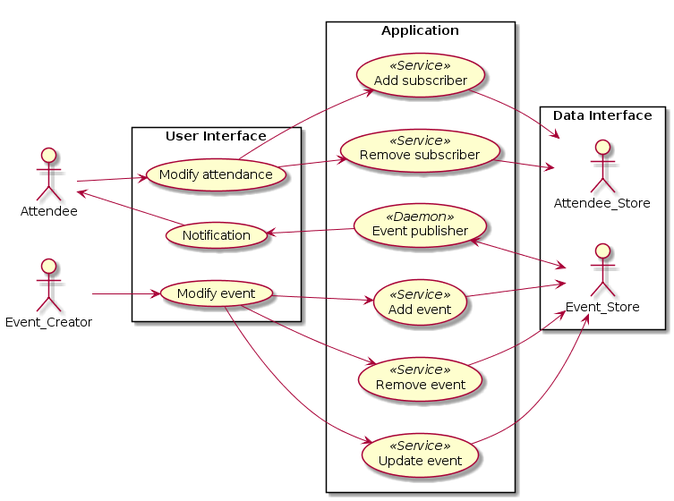
Above: matchmaker/usecase.png in jse13/UML (PlantUML), before the change.
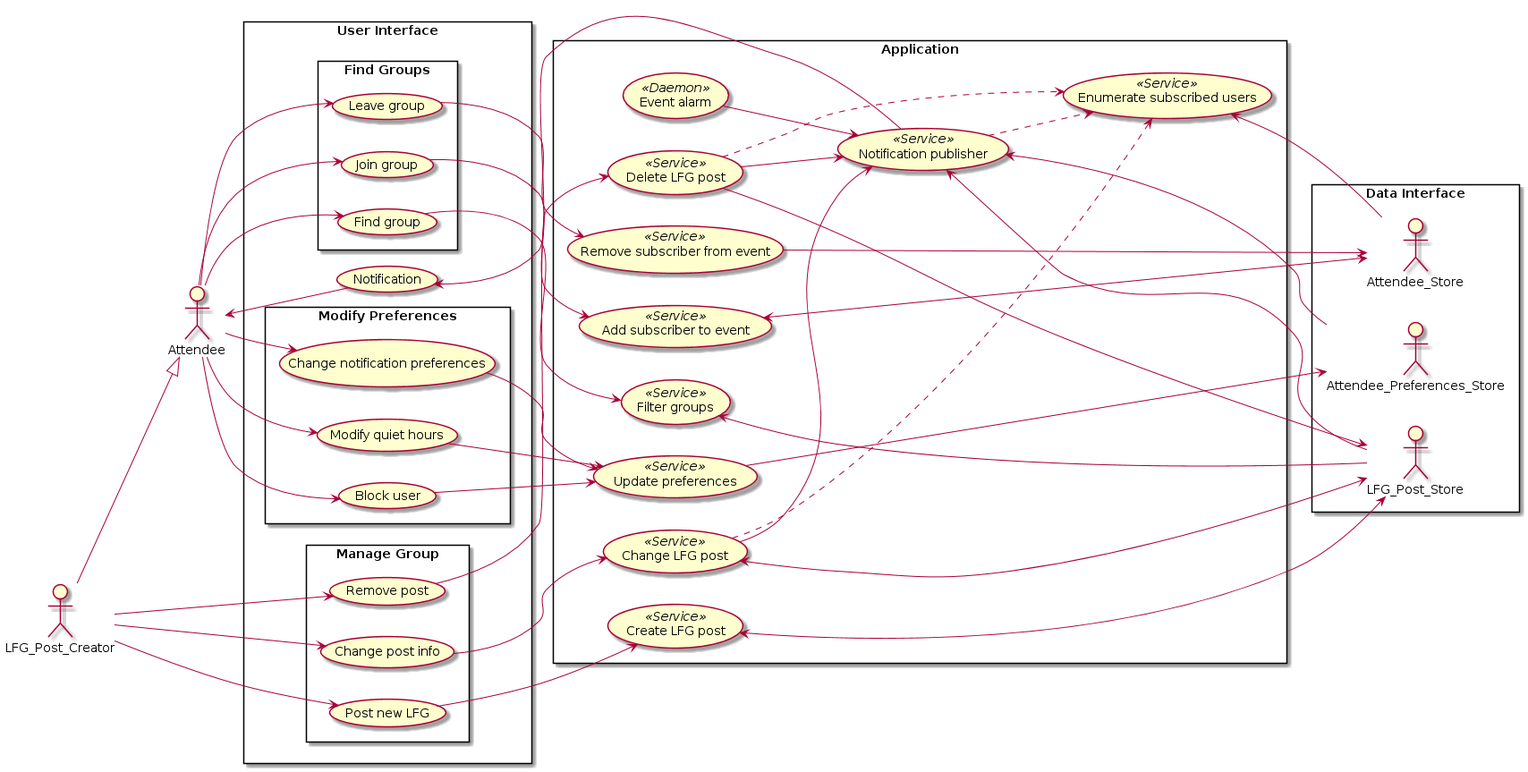
Later version of the same file.

Commit message:
add further refinement

Change to the diagram source:
```diff
@@ -1,41 +1,86 @@
 @startuml
+
 left to right direction
 skinparam packageStyle rectangle
 
 actor Attendee
-actor Event_Creator
+actor LFG_Post_Creator
+LFG_Post_Creator -down-|> Attendee
 
 rectangle "Data Interface" {
-actor Attendee_Store
-actor Event_Store
+	actor Attendee_Store
+	actor Attendee_Preferences_Store
+	actor LFG_Post_Store
 }
 
+
 rectangle "User Interface" {
-	Attendee --> (Modify attendance)
+	rectangle "Find Groups" {
+		Attendee --> (Find group)
+		Attendee --> (Join group)
+		Attendee --> (Leave group)
+	}
+	rectangle "Modify Preferences" {
+		Attendee --> (Modify quiet hours)
+		Attendee --> (Change notification preferences)
+		Attendee --> (Block user)
+	}
+
 	(Notification) --> Attendee
 
-	Event_Creator --> (Modify event)
+	rectangle "Manage Group" {
+		LFG_Post_Creator --> (Post new LFG)
+		LFG_Post_Creator --> (Remove post)
+		LFG_Post_Creator --> (Change post info)
+	}
+}
+rectangle Application {
+	(Filter groups) << Service >>
+	(Find group) --> (Filter groups)
+	(Filter groups) <-- LFG_Post_Store
+
+	(Add subscriber to event) << Service >>
+	(Join group) --> (Add subscriber to event)
+	(Add subscriber to event) <-> Attendee_Store
+
+	(Remove subscriber from event) << Service >>
+	(Leave group) --> (Remove subscriber from event)
+	(Remove subscriber from event) --> Attendee_Store
+
+	(Modify quiet hours) --> (Update preferences)
+	(Block user) --> (Update preferences)
+	(Change notification preferences) -> (Update preferences)
+	(Update preferences) << Service >>
+	(Update preferences) --> Attendee_Preferences_Store
+
+	(Notification publisher) << Service >>
+	(Notification publisher) --> (Notification)
+	(Notification publisher) <-- Attendee_Preferences_Store
+	(Notification publisher) <-- LFG_Post_Store
+	(Notification publisher) .>(Enumerate subscribed users)
+
+	(Event alarm) << Daemon >>
+	(Event alarm) --> (Notification publisher)
+
+	(Enumerate subscribed users) << Service >>
+	(Enumerate subscribed users) <-- Attendee_Store
+
+
+	(Create LFG post) << Service >>
+	(Post new LFG) --> (Create LFG post)
+	(Create LFG post) <-> LFG_Post_Store
+
+	(Delete LFG post) << Service >>
+	(Remove post) --> (Delete LFG post)
+	(Delete LFG post) --> LFG_Post_Store
+	(Delete LFG post) .> (Enumerate subscribed users)
+	(Delete LFG post) --> (Notification publisher)
+
+	(Change LFG post) << Service >>
+	(Change post info) --> (Change LFG post)
+	(Change LFG post) <--> LFG_Post_Store
+	(Change LFG post) .> (Enumerate subscribed users)
+	(Change LFG post) --> (Notification publisher)
 }
 
-rectangle Application {
-	(Add subscriber) << Service >>
-	(Modify attendance) --> (Add subscriber)
-	(Remove subscriber) << Service >>
-	(Modify attendance) --> (Remove subscriber)
-	(Add subscriber) --> Attendee_Store
-	(Remove subscriber) --> Attendee_Store
-	(Event publisher) << Daemon >>
-	(Event publisher) --> (Notification)
-	(Event publisher) <--> Event_Store
-
-	(Add event) << Service >>
-	(Modify event) --> (Add event)
-	(Remove event) << Service >>
-	(Modify event) --> (Remove event)
-	(Update event) << Service >>
-	(Modify event) --> (Update event)
-	(Add event) --> Event_Store
-	(Remove event) --> Event_Store
-	(Update event) --> Event_Store
-}
 @enduml
```
